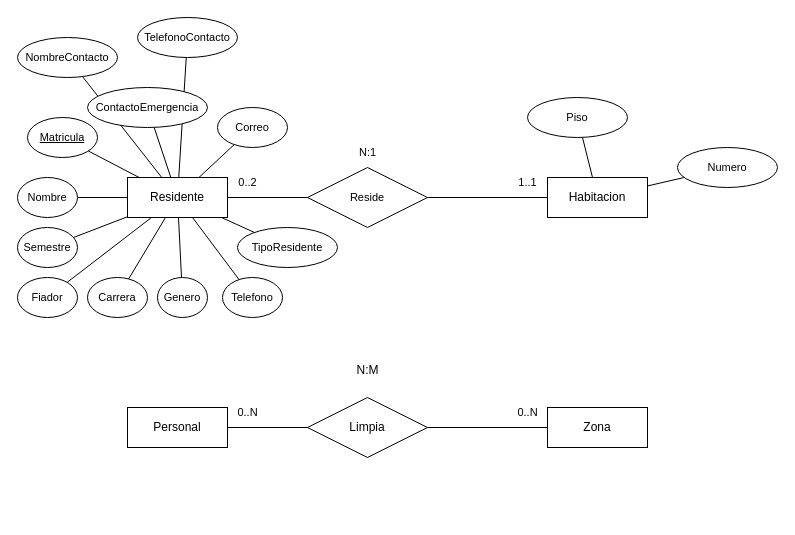
Before: Diagramas/Modelo E-R.drawio in IslaZzz/SistemaResidenciasITSON, a draw.io diagram. Source tidied: cells renumbered, new cells numbered last; positions are measured from the earlier drawing's top-left corner, leaving out a move shared by most shapes. Both pictures are drawn from the tidied source at 100%, with x=0, y=0 at pixel (17, 17).
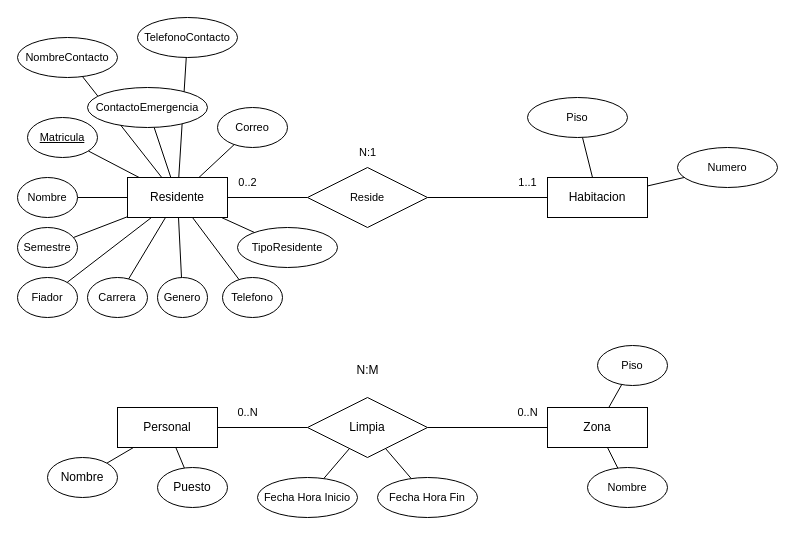
The same page after the edit.

The change refers to these unchanged cells:
```xml
<mxCell id="28" value="Zona" style="whiteSpace=wrap;html=1;align=center;" parent="1" vertex="1">
  <mxGeometry x="530" y="390" width="100" height="40" as="geometry" />
</mxCell>
<mxCell id="30" value="Limpia" style="shape=rhombus;perimeter=rhombusPerimeter;whiteSpace=wrap;html=1;align=center;" parent="1" vertex="1">
  <mxGeometry x="290" y="380" width="120" height="60" as="geometry" />
</mxCell>
```

Diff of the diagram source:
```diff
@@
+    <mxCell id="46" style="edgeStyle=none;html=1;endArrow=none;endFill=0;" parent="1" edge="1" source="27" target="52">
+      <mxGeometry relative="1" as="geometry" />
+    </mxCell>
+    <mxCell id="47" style="edgeStyle=none;shape=connector;rounded=1;html=1;strokeColor=default;align=center;verticalAlign=middle;fontFamily=Helvetica;fontSize=11;fontColor=default;labelBackgroundColor=default;endArrow=none;endFill=0;" parent="1" edge="1" source="27" target="53">
+      <mxGeometry relative="1" as="geometry" />
+    </mxCell>
     <mxCell id="27" value="Personal" style="whiteSpace=wrap;html=1;align=center;" parent="1" vertex="1">
-      <mxGeometry x="110" y="390" width="100" height="40" as="geometry" />
+      <mxGeometry x="100" y="390" width="100" height="40" as="geometry" />
     </mxCell>
+    <mxCell id="48" style="edgeStyle=none;shape=connector;rounded=1;html=1;strokeColor=default;align=center;verticalAlign=middle;fontFamily=Helvetica;fontSize=11;fontColor=default;labelBackgroundColor=default;endArrow=none;endFill=0;" parent="1" edge="1" source="28" target="54">
+      <mxGeometry relative="1" as="geometry" />
+    </mxCell>
+    <mxCell id="49" style="edgeStyle=none;shape=connector;rounded=1;html=1;strokeColor=default;align=center;verticalAlign=middle;fontFamily=Helvetica;fontSize=11;fontColor=default;labelBackgroundColor=default;endArrow=none;endFill=0;" parent="1" edge="1" source="28" target="55">
+      <mxGeometry relative="1" as="geometry" />
+    </mxCell>
@@
+    <mxCell id="50" style="edgeStyle=none;shape=connector;rounded=1;html=1;strokeColor=default;align=center;verticalAlign=middle;fontFamily=Helvetica;fontSize=11;fontColor=default;labelBackgroundColor=default;endArrow=none;endFill=0;" parent="1" edge="1" source="30" target="56">
+      <mxGeometry relative="1" as="geometry" />
+    </mxCell>
+    <mxCell id="51" style="edgeStyle=none;shape=connector;rounded=1;html=1;strokeColor=default;align=center;verticalAlign=middle;fontFamily=Helvetica;fontSize=11;fontColor=default;labelBackgroundColor=default;endArrow=none;endFill=0;" parent="1" edge="1" source="30" target="57">
+      <mxGeometry relative="1" as="geometry" />
+    </mxCell>
@@
+    <mxCell id="52" value="Nombre" style="ellipse;whiteSpace=wrap;html=1;align=center;" parent="1" vertex="1">
+      <mxGeometry x="30" y="440" width="70" height="40" as="geometry" />
+    </mxCell>
+    <mxCell id="53" value="Puesto" style="ellipse;whiteSpace=wrap;html=1;align=center;" parent="1" vertex="1">
+      <mxGeometry x="140" y="450" width="70" height="40" as="geometry" />
+    </mxCell>
+    <mxCell id="54" value="Piso" style="ellipse;whiteSpace=wrap;html=1;align=center;fontFamily=Helvetica;fontSize=11;fontColor=default;labelBackgroundColor=default;" parent="1" vertex="1">
+      <mxGeometry x="580" y="328" width="70" height="40" as="geometry" />
+    </mxCell>
+    <mxCell id="55" value="Nombre" style="ellipse;whiteSpace=wrap;html=1;align=center;fontFamily=Helvetica;fontSize=11;fontColor=default;labelBackgroundColor=default;" parent="1" vertex="1">
+      <mxGeometry x="570" y="450" width="80" height="40" as="geometry" />
+    </mxCell>
+    <mxCell id="56" value="Fecha Hora Inicio" style="ellipse;whiteSpace=wrap;html=1;align=center;fontFamily=Helvetica;fontSize=11;fontColor=default;labelBackgroundColor=default;" parent="1" vertex="1">
+      <mxGeometry x="240" y="460" width="100" height="40" as="geometry" />
+    </mxCell>
+    <mxCell id="57" value="Fecha Hora Fin" style="ellipse;whiteSpace=wrap;html=1;align=center;fontFamily=Helvetica;fontSize=11;fontColor=default;labelBackgroundColor=default;" parent="1" vertex="1">
+      <mxGeometry x="360" y="460" width="100" height="40" as="geometry" />
+    </mxCell>
```
